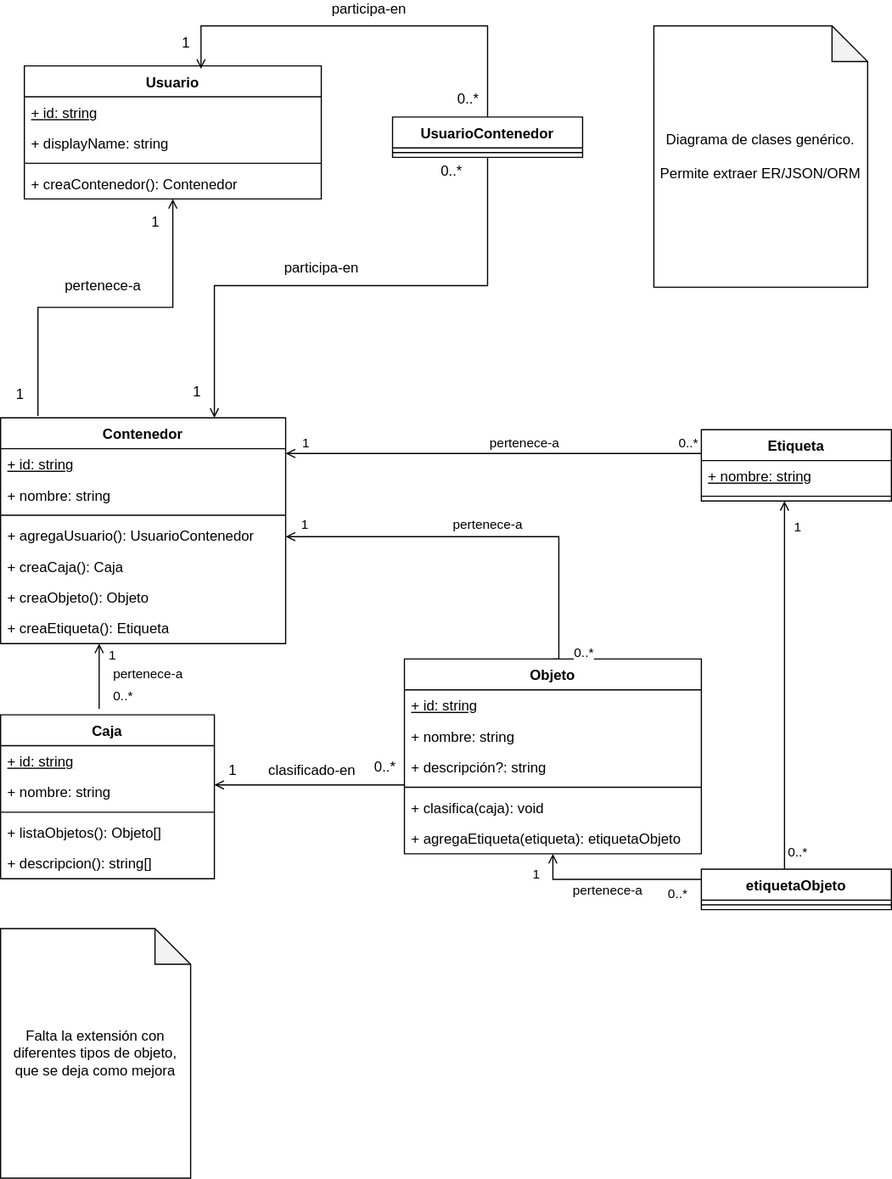
This is doc/manifesto.drawio.svg from raxware/ion-manifesto, a draw.io export, as it was before one commit. Source tidied: cells renumbered, new cells last; positions are measured from the earlier drawing's top-left corner, leaving out a move shared by most shapes.
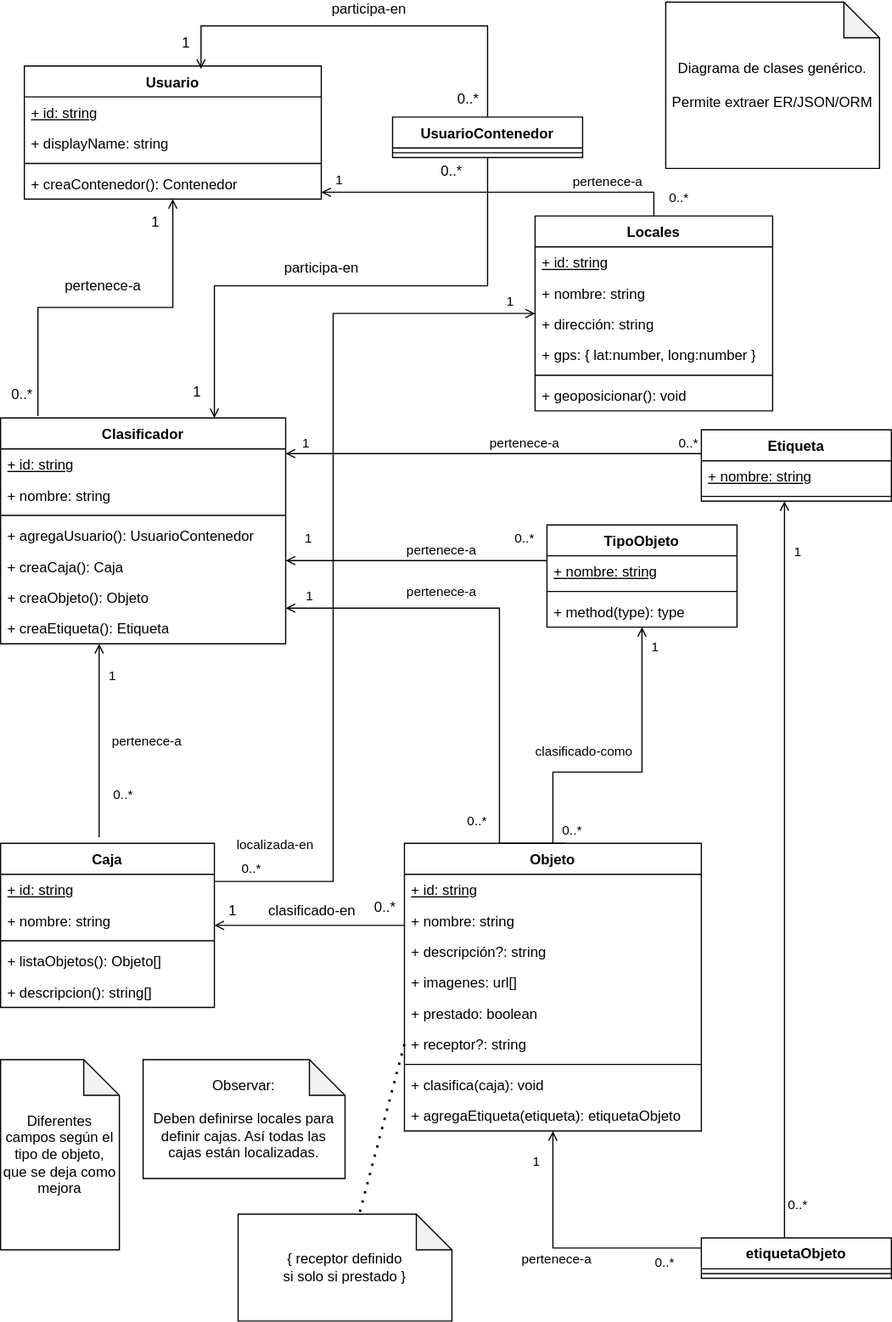
Later version of the same file.

Commit message:
SVG diagrama de clases (modelo de datos) actualizado

Diff of the diagram source:
```diff
@@ -2,7 +2,7 @@
   <root>
     <mxCell id="0" />
     <mxCell id="1" parent="0" />
-    <mxCell id="2" value="Contenedor" style="swimlane;fontStyle=1;align=center;verticalAlign=top;horizontal=1;startSize=26;whiteSpace=wrap;html=1;" parent="1" vertex="1">
+    <mxCell id="2" value="Clasificador" style="swimlane;fontStyle=1;align=center;verticalAlign=top;horizontal=1;startSize=26;whiteSpace=wrap;html=1;" parent="1" vertex="1">
       <mxGeometry y="330" width="240" height="190" as="geometry" />
     </mxCell>
     <mxCell id="3" value="&lt;u&gt;+ id: string&lt;/u&gt;" style="text;strokeColor=none;fillColor=none;align=left;verticalAlign=top;spacingLeft=4;spacingRight=4;overflow=hidden;whiteSpace=wrap;html=1;" parent="2" vertex="1">
@@ -26,8 +26,31 @@
     <mxCell id="9" value="+ creaEtiqueta(): Etiqueta" style="text;strokeColor=none;fillColor=none;align=left;verticalAlign=top;spacingLeft=4;spacingRight=4;overflow=hidden;whiteSpace=wrap;html=1;" parent="2" vertex="1">
       <mxGeometry y="164" width="240" height="26" as="geometry" />
     </mxCell>
+    <mxCell id="72" style="edgeStyle=orthogonalEdgeStyle;rounded=0;jettySize=auto;html=1;endArrow=open;endFill=0;" parent="1" edge="1" source="10" target="83">
+      <mxGeometry relative="1" as="geometry">
+        <Array as="points">
+          <mxPoint x="465" y="628" />
+          <mxPoint x="540" y="628" />
+        </Array>
+      </mxGeometry>
+    </mxCell>
+    <mxCell id="73" value="1" style="edgeLabel;html=1;align=center;verticalAlign=middle;" parent="72" vertex="1">
+      <mxGeometry x="0.87" y="1" relative="1" as="geometry">
+        <mxPoint x="11" as="offset" />
+      </mxGeometry>
+    </mxCell>
+    <mxCell id="74" value="0..*" style="edgeLabel;html=1;align=center;verticalAlign=middle;" parent="72" vertex="1">
+      <mxGeometry x="-0.91" relative="1" as="geometry">
+        <mxPoint x="15" as="offset" />
+      </mxGeometry>
+    </mxCell>
+    <mxCell id="75" value="clasificado-como" style="edgeLabel;html=1;align=center;verticalAlign=middle;" parent="72" vertex="1">
+      <mxGeometry x="-0.05" y="1" relative="1" as="geometry">
+        <mxPoint x="-37" y="-17" as="offset" />
+      </mxGeometry>
+    </mxCell>
     <mxCell id="10" value="Objeto" style="swimlane;fontStyle=1;align=center;verticalAlign=top;horizontal=1;startSize=26;whiteSpace=wrap;html=1;" parent="1" vertex="1">
-      <mxGeometry x="340" y="533" width="250" height="164" as="geometry" />
+      <mxGeometry x="340" y="688" width="250" height="242" as="geometry" />
     </mxCell>
     <mxCell id="11" value="&lt;u&gt;+ id: string&lt;/u&gt;" style="text;strokeColor=none;fillColor=none;align=left;verticalAlign=top;spacingLeft=4;spacingRight=4;overflow=hidden;whiteSpace=wrap;html=1;" parent="10" vertex="1">
       <mxGeometry y="26" width="250" height="26" as="geometry" />
@@ -38,15 +61,46 @@
     <mxCell id="13" value="+ descripción?: string" style="text;strokeColor=none;fillColor=none;align=left;verticalAlign=top;spacingLeft=4;spacingRight=4;overflow=hidden;whiteSpace=wrap;html=1;" parent="10" vertex="1">
       <mxGeometry y="78" width="250" height="26" as="geometry" />
     </mxCell>
+    <mxCell id="76" value="+ imagenes: url[]" style="text;strokeColor=none;fillColor=none;align=left;verticalAlign=top;spacingLeft=4;spacingRight=4;overflow=hidden;whiteSpace=wrap;html=1;" parent="10" vertex="1">
+      <mxGeometry y="104" width="250" height="26" as="geometry" />
+    </mxCell>
+    <mxCell id="77" value="+ prestado: boolean" style="text;strokeColor=none;fillColor=none;align=left;verticalAlign=top;spacingLeft=4;spacingRight=4;overflow=hidden;whiteSpace=wrap;html=1;" parent="10" vertex="1">
+      <mxGeometry y="130" width="250" height="26" as="geometry" />
+    </mxCell>
+    <mxCell id="78" value="+ receptor?: string" style="text;strokeColor=none;fillColor=none;align=left;verticalAlign=top;spacingLeft=4;spacingRight=4;overflow=hidden;points=[[0,0.5],[1,0.5]];portConstraint=eastwest;whiteSpace=wrap;html=1;" parent="10" vertex="1">
+      <mxGeometry y="156" width="250" height="26" as="geometry" />
+    </mxCell>
     <mxCell id="14" style="line;strokeWidth=1;fillColor=none;align=left;verticalAlign=middle;spacingTop=-1;spacingLeft=3;spacingRight=3;labelPosition=right;strokeColor=inherit;" parent="10" vertex="1">
-      <mxGeometry y="104" width="250" height="8" as="geometry" />
+      <mxGeometry y="182" width="250" height="8" as="geometry" />
     </mxCell>
     <mxCell id="15" value="+ clasifica(caja): void" style="text;strokeColor=none;fillColor=none;align=left;verticalAlign=top;spacingLeft=4;spacingRight=4;overflow=hidden;whiteSpace=wrap;html=1;" parent="10" vertex="1">
-      <mxGeometry y="112" width="250" height="26" as="geometry" />
+      <mxGeometry y="190" width="250" height="26" as="geometry" />
     </mxCell>
     <mxCell id="16" value="+ agregaEtiqueta(etiqueta): etiquetaObjeto" style="text;strokeColor=none;fillColor=none;align=left;verticalAlign=top;spacingLeft=4;spacingRight=4;overflow=hidden;whiteSpace=wrap;html=1;" parent="10" vertex="1">
-      <mxGeometry y="138" width="250" height="26" as="geometry" />
+      <mxGeometry y="216" width="250" height="26" as="geometry" />
     </mxCell>
+    <mxCell id="79" style="edgeStyle=orthogonalEdgeStyle;rounded=0;jettySize=auto;html=1;entryX=0.5;entryY=0;entryDx=0;entryDy=0;endArrow=none;endFill=0;startArrow=open;startFill=0;" parent="1" edge="1" source="17" target="95">
+      <mxGeometry relative="1" as="geometry">
+        <Array as="points">
+          <mxPoint x="550" y="140" />
+        </Array>
+      </mxGeometry>
+    </mxCell>
+    <mxCell id="80" value="1" style="edgeLabel;html=1;align=center;verticalAlign=middle;" parent="79" vertex="1">
+      <mxGeometry x="-0.95" y="-1" relative="1" as="geometry">
+        <mxPoint x="7" y="-12" as="offset" />
+      </mxGeometry>
+    </mxCell>
+    <mxCell id="81" value="0..*" style="edgeLabel;html=1;align=center;verticalAlign=middle;" parent="79" vertex="1">
+      <mxGeometry x="0.89" y="-3" relative="1" as="geometry">
+        <mxPoint x="23" as="offset" />
+      </mxGeometry>
+    </mxCell>
+    <mxCell id="82" value="pertenece-a" style="edgeLabel;html=1;align=center;verticalAlign=middle;" parent="79" vertex="1">
+      <mxGeometry x="-0.02" y="-1" relative="1" as="geometry">
+        <mxPoint x="92" y="-11" as="offset" />
+      </mxGeometry>
+    </mxCell>
     <mxCell id="17" value="Usuario" style="swimlane;fontStyle=1;align=center;verticalAlign=top;horizontal=1;startSize=26;whiteSpace=wrap;html=1;" parent="1" vertex="1">
       <mxGeometry x="20" y="33.7" width="250" height="112" as="geometry" />
     </mxCell>
@@ -67,9 +121,9 @@
         <mxPoint x="-40" y="32" as="offset" />
       </mxGeometry>
     </mxCell>
-    <mxCell id="23" value="1" style="align=left;verticalAlign=bottom;labelBackgroundColor=none;fontSize=12;" parent="22" vertex="1">
+    <mxCell id="23" value="0..*" style="align=left;verticalAlign=bottom;labelBackgroundColor=none;fontSize=12;" parent="22" vertex="1">
       <mxGeometry x="-1" relative="1" as="geometry">
-        <mxPoint x="-20" y="-10" as="offset" />
+        <mxPoint x="-24" y="-10" as="offset" />
       </mxGeometry>
     </mxCell>
     <mxCell id="24" value="1" style="align=right;verticalAlign=bottom;labelBackgroundColor=none;fontSize=12;" parent="22" vertex="1">
@@ -135,7 +189,7 @@
       </mxGeometry>
     </mxCell>
     <mxCell id="36" value="Caja" style="swimlane;fontStyle=1;align=center;verticalAlign=top;horizontal=1;startSize=26;whiteSpace=wrap;html=1;" parent="1" vertex="1">
-      <mxGeometry y="580" width="180" height="138" as="geometry" />
+      <mxGeometry y="688" width="180" height="138" as="geometry" />
     </mxCell>
     <mxCell id="37" value="&lt;u&gt;+ id: string&lt;/u&gt;" style="text;strokeColor=none;fillColor=none;align=left;verticalAlign=top;spacingLeft=4;spacingRight=4;overflow=hidden;whiteSpace=wrap;html=1;" parent="36" vertex="1">
       <mxGeometry y="26" width="180" height="26" as="geometry" />
@@ -172,10 +226,12 @@
         <mxPoint x="41" y="-62" as="offset" />
       </mxGeometry>
     </mxCell>
-    <mxCell id="46" style="edgeStyle=orthogonalEdgeStyle;rounded=0;jettySize=auto;html=1;exitX=0.5;exitY=0;exitDx=0;exitDy=0;endArrow=open;endFill=0;" parent="1" edge="1" source="10" target="2">
+    <mxCell id="46" style="edgeStyle=orthogonalEdgeStyle;rounded=0;jettySize=auto;html=1;exitX=0.5;exitY=0;exitDx=0;exitDy=0;endArrow=open;endFill=0;" parent="1" edge="1" target="2">
       <mxGeometry relative="1" as="geometry">
+        <mxPoint x="475" y="688" as="sourcePoint" />
         <Array as="points">
-          <mxPoint x="470" y="430" />
+          <mxPoint x="420" y="688" />
+          <mxPoint x="420" y="490" />
         </Array>
       </mxGeometry>
     </mxCell>
@@ -186,12 +242,12 @@
     </mxCell>
     <mxCell id="48" value="0..*" style="edgeLabel;html=1;align=center;verticalAlign=middle;" parent="46" vertex="1">
       <mxGeometry x="-0.94" y="-2" relative="1" as="geometry">
-        <mxPoint x="18" as="offset" />
+        <mxPoint x="-61" y="-18" as="offset" />
       </mxGeometry>
     </mxCell>
     <mxCell id="49" value="pertenece-a" style="edgeLabel;html=1;align=center;verticalAlign=middle;" parent="46" vertex="1">
       <mxGeometry x="-0.05" relative="1" as="geometry">
-        <mxPoint x="-9" y="-11" as="offset" />
+        <mxPoint x="-50" y="-62" as="offset" />
       </mxGeometry>
     </mxCell>
     <mxCell id="50" style="edgeStyle=elbowEdgeStyle;rounded=0;jettySize=auto;html=1;exitX=0.461;exitY=-0.036;exitDx=0;exitDy=0;elbow=vertical;endArrow=open;endFill=0;exitPerimeter=0;" parent="1" edge="1" source="36" target="2">
@@ -267,7 +323,7 @@
       </mxGeometry>
     </mxCell>
     <mxCell id="64" value="etiquetaObjeto" style="swimlane;fontStyle=1;align=center;verticalAlign=top;horizontal=1;startSize=26;whiteSpace=wrap;html=1;" parent="1" vertex="1">
-      <mxGeometry x="590" y="710" width="160" height="34" as="geometry" />
+      <mxGeometry x="590" y="1020" width="160" height="34" as="geometry" />
     </mxCell>
     <mxCell id="65" style="line;strokeWidth=1;fillColor=none;align=left;verticalAlign=middle;spacingTop=-1;spacingLeft=3;spacingRight=3;labelPosition=right;strokeColor=inherit;" parent="64" vertex="1">
       <mxGeometry y="26" width="160" height="8" as="geometry" />
@@ -291,10 +347,97 @@
       </mxGeometry>
     </mxCell>
     <mxCell id="70" value="Diagrama de clases genérico.&lt;br&gt;&lt;br&gt;Permite extraer ER/JSON/ORM" style="shape=note;whiteSpace=wrap;html=1;backgroundOutline=1;darkOpacity=0.05;" parent="1" vertex="1">
-      <mxGeometry x="550" width="180" height="220" as="geometry" />
+      <mxGeometry x="560" y="-20" width="180" height="140" as="geometry" />
     </mxCell>
-    <mxCell id="71" value="Falta la extensión con diferentes tipos de objeto, que se deja como mejora" style="shape=note;whiteSpace=wrap;html=1;backgroundOutline=1;darkOpacity=0.05;" parent="1" vertex="1">
-      <mxGeometry y="760" width="160" height="210" as="geometry" />
+    <mxCell id="71" value="Diferentes campos según el tipo de objeto, que se deja como mejora" style="shape=note;whiteSpace=wrap;html=1;backgroundOutline=1;darkOpacity=0.05;" parent="1" vertex="1">
+      <mxGeometry y="870" width="100" height="160" as="geometry" />
     </mxCell>
+    <mxCell id="83" value="TipoObjeto" style="swimlane;fontStyle=1;align=center;verticalAlign=top;horizontal=1;startSize=26;whiteSpace=wrap;html=1;" parent="1" vertex="1">
+      <mxGeometry x="460" y="420" width="160" height="86" as="geometry" />
+    </mxCell>
+    <mxCell id="84" value="&lt;u&gt;+ nombre: string&lt;/u&gt;" style="text;strokeColor=none;fillColor=none;align=left;verticalAlign=top;spacingLeft=4;spacingRight=4;overflow=hidden;points=[[0,0.5],[1,0.5]];portConstraint=eastwest;whiteSpace=wrap;html=1;" parent="83" vertex="1">
+      <mxGeometry y="26" width="160" height="26" as="geometry" />
+    </mxCell>
+    <mxCell id="85" style="line;strokeWidth=1;fillColor=none;align=left;verticalAlign=middle;spacingTop=-1;spacingLeft=3;spacingRight=3;labelPosition=right;strokeColor=inherit;" parent="83" vertex="1">
+      <mxGeometry y="52" width="160" height="8" as="geometry" />
+    </mxCell>
+    <mxCell id="86" value="+ method(type): type" style="text;strokeColor=none;fillColor=none;align=left;verticalAlign=top;spacingLeft=4;spacingRight=4;overflow=hidden;whiteSpace=wrap;html=1;" parent="83" vertex="1">
+      <mxGeometry y="60" width="160" height="26" as="geometry" />
+    </mxCell>
+    <mxCell id="87" style="edgeStyle=orthogonalEdgeStyle;rounded=0;jettySize=auto;html=1;endArrow=open;endFill=0;" parent="1" edge="1" source="84" target="2">
+      <mxGeometry relative="1" as="geometry">
+        <Array as="points">
+          <mxPoint x="380" y="450" />
+          <mxPoint x="380" y="450" />
+        </Array>
+      </mxGeometry>
+    </mxCell>
+    <mxCell id="88" value="pertenece-a" style="edgeLabel;html=1;align=center;verticalAlign=middle;" parent="87" vertex="1">
+      <mxGeometry x="-0.05" y="2" relative="1" as="geometry">
+        <mxPoint x="15" y="-12" as="offset" />
+      </mxGeometry>
+    </mxCell>
+    <mxCell id="89" value="1" style="edgeLabel;html=1;align=center;verticalAlign=middle;" parent="87" vertex="1">
+      <mxGeometry x="0.84" y="2" relative="1" as="geometry">
+        <mxPoint y="-22" as="offset" />
+      </mxGeometry>
+    </mxCell>
+    <mxCell id="90" value="0..*" style="edgeLabel;html=1;align=center;verticalAlign=middle;" parent="87" vertex="1">
+      <mxGeometry x="-0.87" y="-1" relative="1" as="geometry">
+        <mxPoint x="-6" y="-19" as="offset" />
+      </mxGeometry>
+    </mxCell>
+    <mxCell id="91" style="edgeStyle=orthogonalEdgeStyle;rounded=0;jettySize=auto;html=1;endArrow=none;endFill=0;startArrow=open;startFill=0;" parent="1" edge="1" source="95" target="36">
+      <mxGeometry relative="1" as="geometry">
+        <Array as="points">
+          <mxPoint x="280" y="720" />
+        </Array>
+      </mxGeometry>
+    </mxCell>
+    <mxCell id="92" value="0..*" style="edgeLabel;html=1;align=center;verticalAlign=middle;" parent="91" vertex="1">
+      <mxGeometry x="0.63" y="1" relative="1" as="geometry">
+        <mxPoint x="-71" y="27" as="offset" />
+      </mxGeometry>
+    </mxCell>
+    <mxCell id="93" value="1" style="edgeLabel;html=1;align=center;verticalAlign=middle;" parent="91" vertex="1">
+      <mxGeometry x="-0.81" y="-2" relative="1" as="geometry">
+        <mxPoint x="49" y="-9" as="offset" />
+      </mxGeometry>
+    </mxCell>
+    <mxCell id="94" value="localizada-en" style="edgeLabel;html=1;align=center;verticalAlign=middle;" parent="91" vertex="1">
+      <mxGeometry x="0.27" relative="1" as="geometry">
+        <mxPoint x="-50" y="141" as="offset" />
+      </mxGeometry>
+    </mxCell>
+    <mxCell id="95" value="Locales" style="swimlane;fontStyle=1;align=center;verticalAlign=top;horizontal=1;startSize=26;whiteSpace=wrap;html=1;" parent="1" vertex="1">
+      <mxGeometry x="450" y="160" width="200" height="164" as="geometry" />
+    </mxCell>
+    <mxCell id="96" value="&lt;u&gt;+ id: string&lt;/u&gt;" style="text;strokeColor=none;fillColor=none;align=left;verticalAlign=top;spacingLeft=4;spacingRight=4;overflow=hidden;whiteSpace=wrap;html=1;" parent="95" vertex="1">
+      <mxGeometry y="26" width="200" height="26" as="geometry" />
+    </mxCell>
+    <mxCell id="97" value="+ nombre: string" style="text;strokeColor=none;fillColor=none;align=left;verticalAlign=top;spacingLeft=4;spacingRight=4;overflow=hidden;whiteSpace=wrap;html=1;" parent="95" vertex="1">
+      <mxGeometry y="52" width="200" height="26" as="geometry" />
+    </mxCell>
+    <mxCell id="98" value="+ dirección: string" style="text;strokeColor=none;fillColor=none;align=left;verticalAlign=top;spacingLeft=4;spacingRight=4;overflow=hidden;whiteSpace=wrap;html=1;" parent="95" vertex="1">
+      <mxGeometry y="78" width="200" height="26" as="geometry" />
+    </mxCell>
+    <mxCell id="99" value="+ gps: { lat:number, long:number }" style="text;strokeColor=none;fillColor=none;align=left;verticalAlign=top;spacingLeft=4;spacingRight=4;overflow=hidden;whiteSpace=wrap;html=1;" parent="95" vertex="1">
+      <mxGeometry y="104" width="200" height="26" as="geometry" />
+    </mxCell>
+    <mxCell id="100" style="line;strokeWidth=1;fillColor=none;align=left;verticalAlign=middle;spacingTop=-1;spacingLeft=3;spacingRight=3;labelPosition=right;strokeColor=inherit;" parent="95" vertex="1">
+      <mxGeometry y="130" width="200" height="8" as="geometry" />
+    </mxCell>
+    <mxCell id="101" value="+ geoposicionar(): void" style="text;strokeColor=none;fillColor=none;align=left;verticalAlign=top;spacingLeft=4;spacingRight=4;overflow=hidden;whiteSpace=wrap;html=1;" parent="95" vertex="1">
+      <mxGeometry y="138" width="200" height="26" as="geometry" />
+    </mxCell>
+    <mxCell id="102" value="Observar:&lt;br&gt;&lt;br&gt;Deben definirse locales para definir cajas. Así todas las cajas están localizadas." style="shape=note;whiteSpace=wrap;html=1;backgroundOutline=1;darkOpacity=0.05;" parent="1" vertex="1">
+      <mxGeometry x="120" y="870" width="170" height="100" as="geometry" />
+    </mxCell>
+    <mxCell id="103" value="{ receptor definido&lt;br&gt;si solo si prestado }" style="shape=note;whiteSpace=wrap;html=1;backgroundOutline=1;darkOpacity=0.05;" parent="1" vertex="1">
+      <mxGeometry x="200" y="1000" width="180" height="90" as="geometry" />
+    </mxCell>
+    <mxCell id="104" style="endArrow=none;dashed=1;html=1;dashPattern=1 3;strokeWidth=2;rounded=0;exitX=0;exitY=0.5;exitDx=0;exitDy=0;" parent="1" edge="1" source="78" target="103">
+      <mxGeometry relative="1" as="geometry" />
+    </mxCell>
   </root>
 </mxGraphModel>
```
